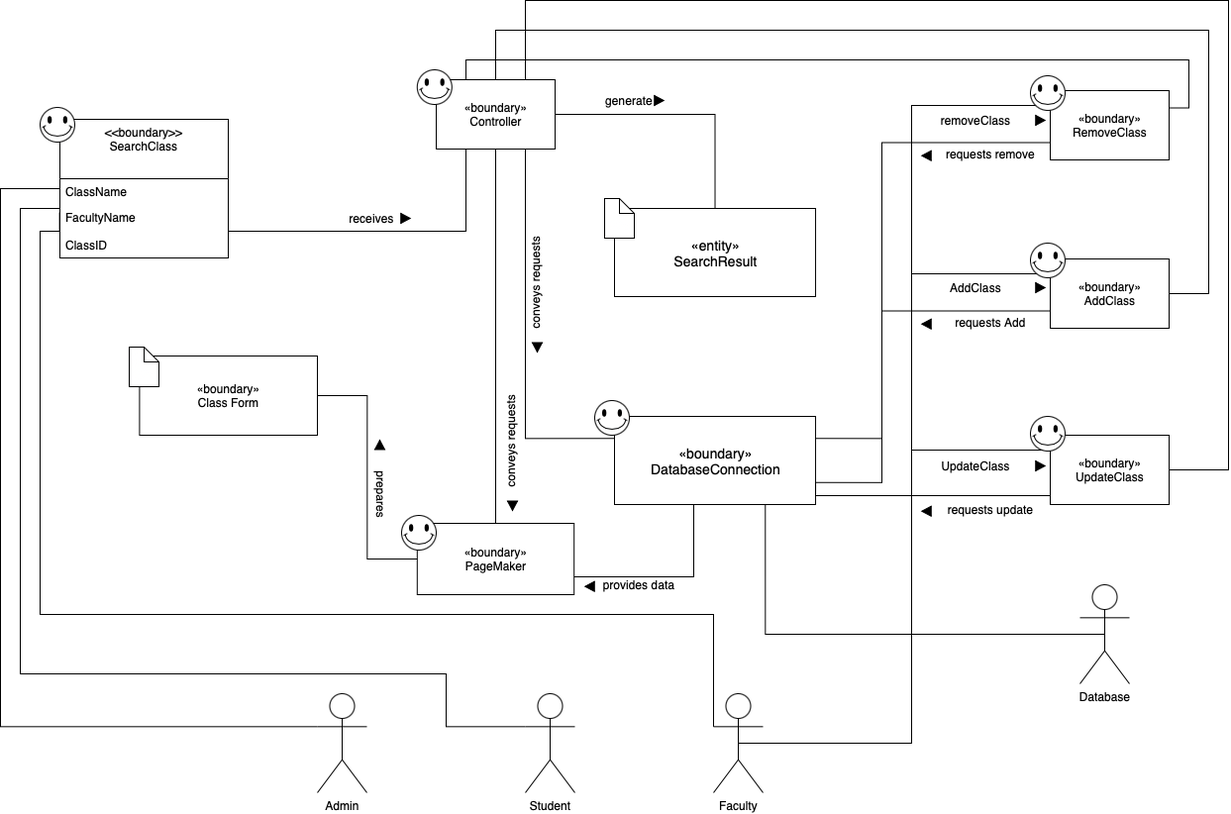
Before: Domain-Model/Diagram/UC26.png, a diagram exported from draw.io (RYUWANWOO/Software_Engineering_Term_Project). Source tidied: cells renumbered, new cells last; positions are measured from the earlier drawing's top-left corner, leaving out a move shared by most shapes.
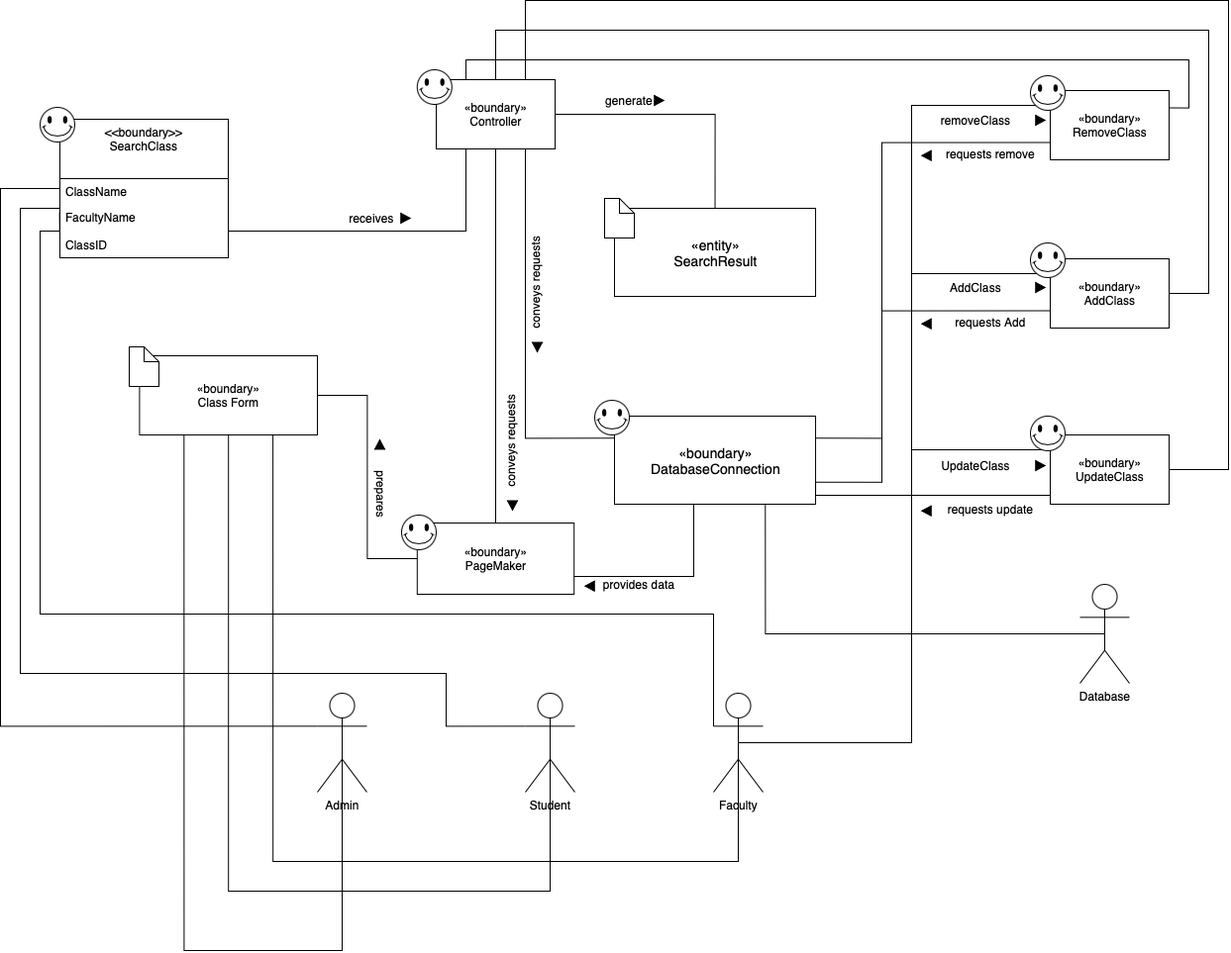
After the change.

Commit message:
upload Domain-Model/UC-26, UseCase26(7,8,9,10)

Change to the diagram source:
```diff
@@ -10,6 +10,14 @@
         </Array>
       </mxGeometry>
     </mxCell>
+    <mxCell id="81" style="edgeStyle=orthogonalEdgeStyle;rounded=0;jettySize=auto;html=1;exitX=0.5;exitY=0.5;exitDx=0;exitDy=0;exitPerimeter=0;startArrow=none;startFill=0;endArrow=none;endFill=0;strokeColor=#000000;entryX=0.25;entryY=1;entryDx=0;entryDy=0;" parent="1" edge="1" source="3" target="11">
+      <mxGeometry relative="1" as="geometry">
+        <Array as="points">
+          <mxPoint x="345" y="960" />
+          <mxPoint x="185" y="960" />
+        </Array>
+      </mxGeometry>
+    </mxCell>
     <mxCell id="3" value="Admin" style="shape=umlActor;verticalLabelPosition=bottom;verticalAlign=top;html=1;outlineConnect=0;" parent="1" vertex="1">
       <mxGeometry x="320" y="700" width="50" height="100" as="geometry" />
     </mxCell>
@@ -164,6 +172,14 @@
         </Array>
       </mxGeometry>
     </mxCell>
+    <mxCell id="82" style="edgeStyle=orthogonalEdgeStyle;rounded=0;jettySize=auto;html=1;exitX=0.5;exitY=0.5;exitDx=0;exitDy=0;exitPerimeter=0;entryX=0.5;entryY=1;entryDx=0;entryDy=0;startArrow=none;startFill=0;endArrow=none;endFill=0;strokeColor=#000000;" parent="1" edge="1" source="37" target="11">
+      <mxGeometry relative="1" as="geometry">
+        <Array as="points">
+          <mxPoint x="555" y="900" />
+          <mxPoint x="230" y="900" />
+        </Array>
+      </mxGeometry>
+    </mxCell>
     <mxCell id="37" value="Student" style="shape=umlActor;verticalLabelPosition=bottom;verticalAlign=top;html=1;outlineConnect=0;" parent="1" vertex="1">
       <mxGeometry x="530" y="700" width="50" height="100" as="geometry" />
     </mxCell>
@@ -186,6 +202,14 @@
         </Array>
       </mxGeometry>
     </mxCell>
+    <mxCell id="83" style="edgeStyle=orthogonalEdgeStyle;rounded=0;jettySize=auto;html=1;exitX=0.5;exitY=0.5;exitDx=0;exitDy=0;exitPerimeter=0;entryX=0.75;entryY=1;entryDx=0;entryDy=0;startArrow=none;startFill=0;endArrow=none;endFill=0;strokeColor=#000000;" parent="1" edge="1" source="40" target="11">
+      <mxGeometry relative="1" as="geometry">
+        <Array as="points">
+          <mxPoint x="745" y="870" />
+          <mxPoint x="275" y="870" />
+        </Array>
+      </mxGeometry>
+    </mxCell>
     <mxCell id="40" value="Faculty" style="shape=umlActor;verticalLabelPosition=bottom;verticalAlign=top;html=1;outlineConnect=0;" parent="1" vertex="1">
       <mxGeometry x="720" y="700" width="50" height="100" as="geometry" />
     </mxCell>
```
